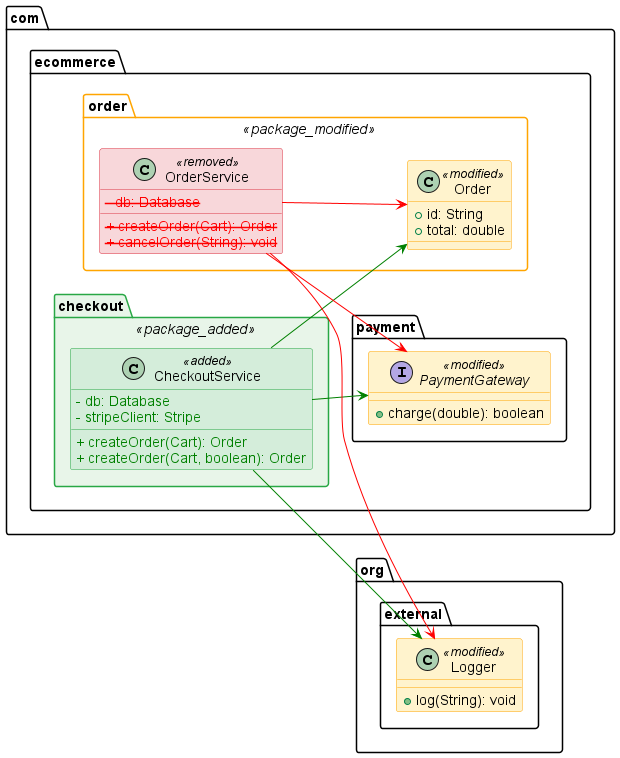
tsorren/SemanticUMLDiff keeps this PlantUML diagram as docs/demo.png. Above is the earlier version.
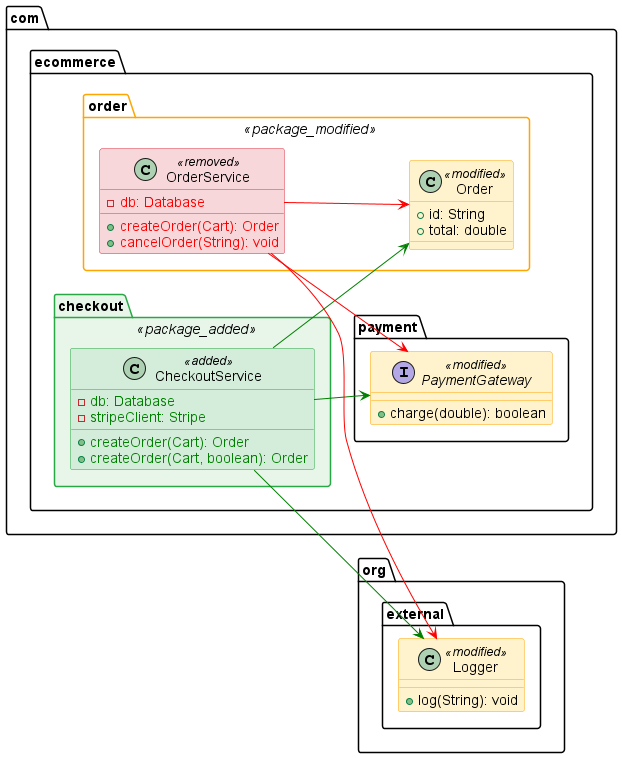
After the change.

Commit message:
style: enforce design constraints, visibility outside color tags, and omit empty packages

What changed in the source:
```diff
@@ -51,10 +51,10 @@
 
 package "com.ecommerce.checkout" <<package_added>> {
 class "CheckoutService" as com.ecommerce.checkout.CheckoutService <<added>> {
-  <color:green>- db: Database</color>
-  <color:green>- stripeClient: Stripe</color>
-  <color:green>+ createOrder(Cart): Order</color>
-  <color:green>+ createOrder(Cart, boolean): Order</color>
+  - <color:green>db: Database</color>
+  - <color:green>stripeClient: Stripe</color>
+  + <color:green>createOrder(Cart): Order</color>
+  + <color:green>createOrder(Cart, boolean): Order</color>
 }
 }
 
@@ -64,9 +64,9 @@
   + total: double
 }
 class "OrderService" as com.ecommerce.order.OrderService <<removed>> {
-  <color:red><strike>- db: Database</strike></color>
-  <color:red><strike>+ createOrder(Cart): Order</strike></color>
-  <color:red><strike>+ cancelOrder(String): void</strike></color>
+  - <color:red>db: Database</color>
+  + <color:red>createOrder(Cart): Order</color>
+  + <color:red>cancelOrder(String): void</color>
 }
 }
 
```
